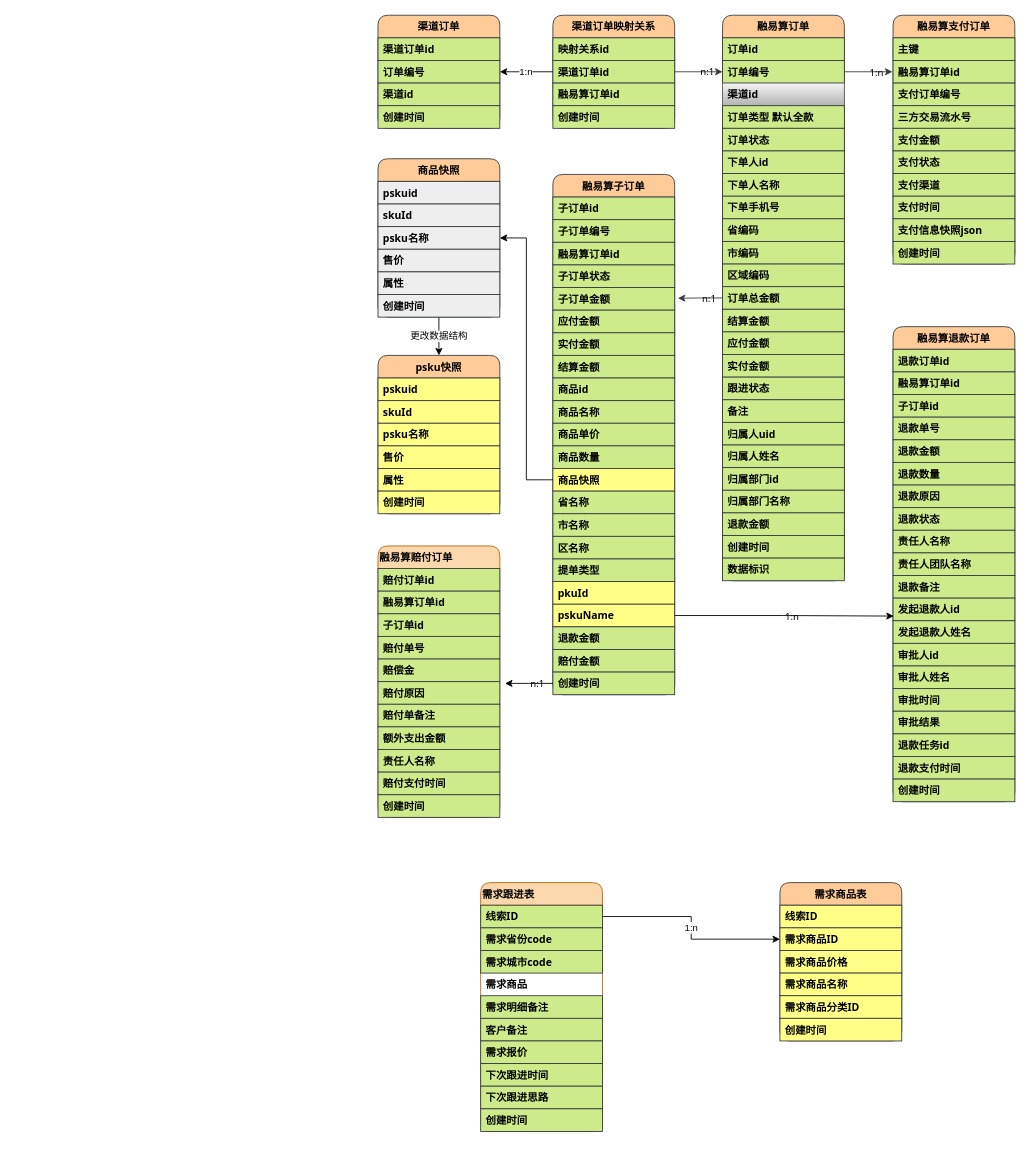
Above: 鹊桥接入商品3.0数据模型.drawio in zhaoershuang/flow-chart (draw.io), before the change. Source tidied: cells renumbered, new cells numbered last; positions are measured from the earlier drawing's top-left corner, leaving out a move shared by most shapes. Both pictures are drawn from the tidied source at 87%, with x=0, y=0 at pixel (378, 15).
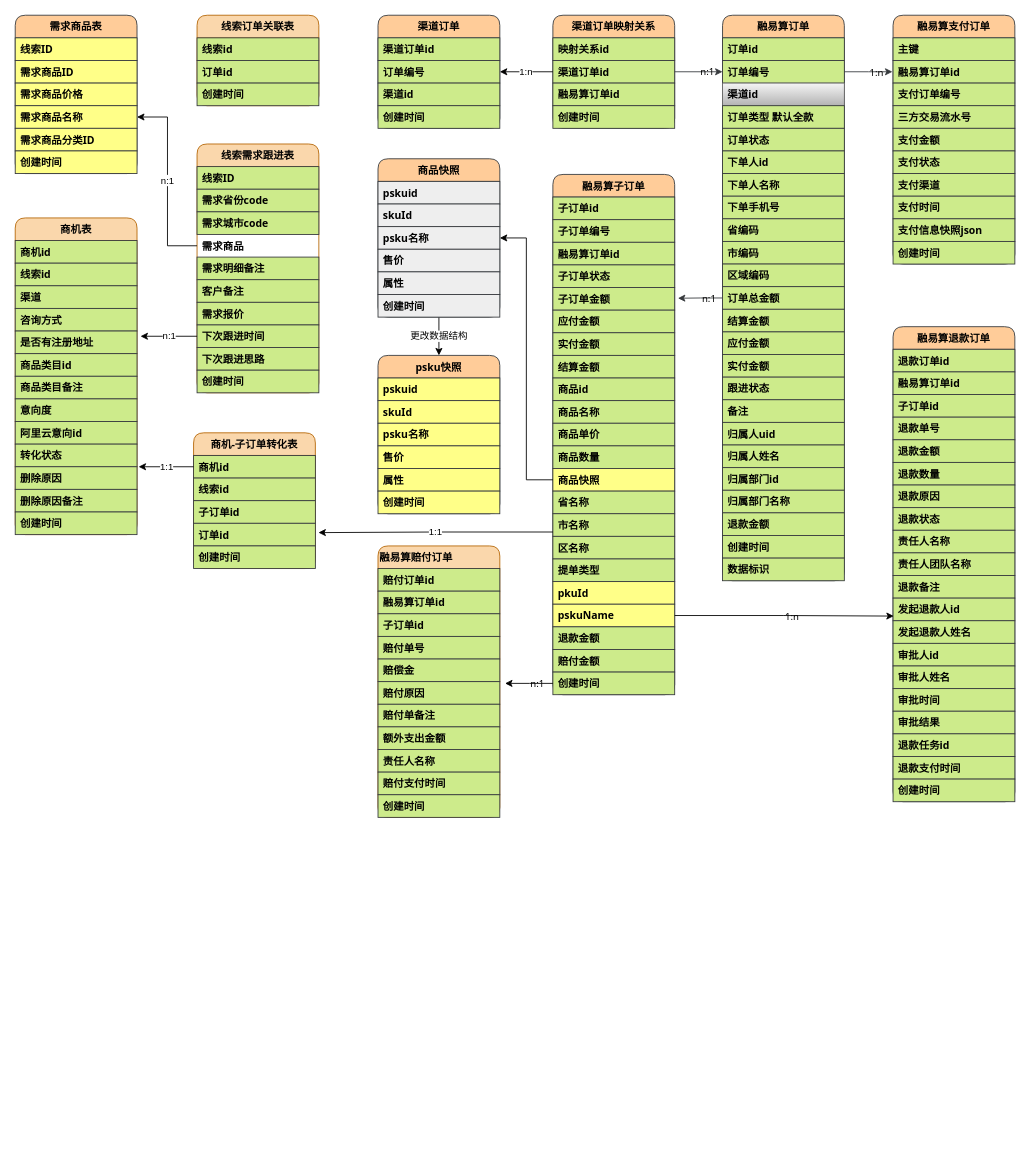
The same page after the edit.

Commit message (it also covers changes not shown here):
更新鹊桥接入商品3.0数据模型.drawio

The change refers to these unchanged cells:
```xml
<mxCell id="127" value="线索ID" style="text;align=left;verticalAlign=top;spacingLeft=4;spacingRight=4;overflow=hidden;points=[[0,0.5],[1,0.5]];portConstraint=eastwest;fontStyle=1;fontFamily=Tahoma;fillColor=#cdeb8b;strokeColor=#36393d;labelBackgroundColor=none;labelBorderColor=none;shadow=0;" parent="126" vertex="1">
  <mxGeometry y="26" width="140" height="26" as="geometry" />
</mxCell>
<mxCell id="130" value="需求商品" style="text;align=left;verticalAlign=top;spacingLeft=4;spacingRight=4;overflow=hidden;points=[[0,0.5],[1,0.5]];portConstraint=eastwest;fontStyle=1;fontFamily=Tahoma;labelBackgroundColor=none;labelBorderColor=none;shadow=0;" parent="126" vertex="1">
  <mxGeometry y="104" width="140" height="26" as="geometry" />
</mxCell>
<mxCell id="134" value="下次跟进时间" style="text;align=left;verticalAlign=top;spacingLeft=4;spacingRight=4;overflow=hidden;points=[[0,0.5],[1,0.5]];portConstraint=eastwest;fontStyle=1;fontFamily=Tahoma;fillColor=#cdeb8b;strokeColor=#36393d;labelBackgroundColor=none;labelBorderColor=none;shadow=0;" parent="126" vertex="1">
  <mxGeometry y="208" width="140" height="26" as="geometry" />
</mxCell>
<mxCell id="139" value="需求商品ID" style="text;align=left;verticalAlign=top;spacingLeft=4;spacingRight=4;overflow=hidden;points=[[0,0.5],[1,0.5]];portConstraint=eastwest;fontStyle=1;fontFamily=Tahoma;fillColor=#ffff88;strokeColor=#36393d;" parent="137" vertex="1">
  <mxGeometry y="52" width="140" height="26" as="geometry" />
</mxCell>
<mxCell id="141" value="需求商品名称" style="text;align=left;verticalAlign=top;spacingLeft=4;spacingRight=4;overflow=hidden;points=[[0,0.5],[1,0.5]];portConstraint=eastwest;fontStyle=1;fontFamily=Tahoma;fillColor=#ffff88;strokeColor=#36393d;" parent="137" vertex="1">
  <mxGeometry y="104" width="140" height="26" as="geometry" />
</mxCell>
```

Diff of the diagram source:
```diff
@@
-    <mxCell id="126" value="需求跟进表" style="swimlane;fontStyle=1;horizontal=1;startSize=26;rounded=1;fontFamily=Tahoma;fillColor=#fad7ac;strokeColor=#b46504;align=left;labelBackgroundColor=none;labelBorderColor=none;shadow=0;" parent="1" vertex="1">
-      <mxGeometry x="118" y="997" width="140" height="286" as="geometry" />
+    <mxCell id="126" value="线索需求跟进表" style="swimlane;fontStyle=1;horizontal=1;startSize=26;rounded=1;fontFamily=Tahoma;fillColor=#fad7ac;strokeColor=#b46504;align=center;labelBackgroundColor=none;labelBorderColor=none;shadow=0;" parent="1" vertex="1">
+      <mxGeometry x="-208" y="148" width="140" height="286" as="geometry" />
     </mxCell>
@@
     <mxCell id="137" value="需求商品表" style="swimlane;fontStyle=1;horizontal=1;startSize=26;rounded=1;sketch=0;swimlaneFillColor=none;fontFamily=Tahoma;fillColor=#ffcc99;strokeColor=#36393d;" parent="1" vertex="1">
-      <mxGeometry x="462" y="997" width="140" height="182" as="geometry" />
+      <mxGeometry x="-417" width="140" height="182" as="geometry" />
     </mxCell>
@@
-    <mxCell id="144" value="1:n" style="edgeStyle=orthogonalEdgeStyle;rounded=0;jettySize=auto;html=1;exitX=1;exitY=0.5;exitDx=0;exitDy=0;entryX=0;entryY=0.5;entryDx=0;entryDy=0;" parent="1" edge="1" source="127" target="139">
-      <mxGeometry relative="1" as="geometry" />
-    </mxCell>
+    <mxCell id="145" value="n:1" style="edgeStyle=orthogonalEdgeStyle;rounded=0;jettySize=auto;html=1;entryX=1;entryY=0.5;entryDx=0;entryDy=0;" parent="1" edge="1" source="130" target="141">
+      <mxGeometry relative="1" as="geometry">
+        <Array as="points">
+          <mxPoint x="-242" y="265" />
+          <mxPoint x="-242" y="117" />
+        </Array>
+      </mxGeometry>
+    </mxCell>
+    <mxCell id="146" value="商机表" style="swimlane;fontStyle=1;horizontal=1;startSize=26;rounded=1;fontFamily=Tahoma;fillColor=#fad7ac;strokeColor=#b46504;align=center;labelBackgroundColor=none;labelBorderColor=none;shadow=0;" parent="1" vertex="1">
+      <mxGeometry x="-417" y="233" width="140" height="364" as="geometry" />
+    </mxCell>
+    <mxCell id="147" value="商机id" style="text;align=left;verticalAlign=top;spacingLeft=4;spacingRight=4;overflow=hidden;fontStyle=1;fontFamily=Tahoma;fillColor=#cdeb8b;strokeColor=#36393d;labelBackgroundColor=none;labelBorderColor=none;shadow=0;" parent="146" vertex="1">
+      <mxGeometry y="26" width="140" height="26" as="geometry" />
+    </mxCell>
+    <mxCell id="148" value="线索id" style="text;align=left;verticalAlign=top;spacingLeft=4;spacingRight=4;overflow=hidden;fontStyle=1;fontFamily=Tahoma;fillColor=#cdeb8b;strokeColor=#36393d;labelBackgroundColor=none;labelBorderColor=none;shadow=0;" parent="146" vertex="1">
+      <mxGeometry y="52" width="140" height="26" as="geometry" />
+    </mxCell>
+    <mxCell id="149" value="渠道" style="text;align=left;verticalAlign=top;spacingLeft=4;spacingRight=4;overflow=hidden;fontStyle=1;fontFamily=Tahoma;fillColor=#cdeb8b;strokeColor=#36393d;labelBackgroundColor=none;labelBorderColor=none;shadow=0;" parent="146" vertex="1">
+      <mxGeometry y="78" width="140" height="26" as="geometry" />
+    </mxCell>
+    <mxCell id="150" value="咨询方式" style="text;align=left;verticalAlign=top;spacingLeft=4;spacingRight=4;overflow=hidden;fontStyle=1;fontFamily=Tahoma;labelBackgroundColor=none;labelBorderColor=none;shadow=0;fillColor=#cdeb8b;strokeColor=#36393d;" parent="146" vertex="1">
+      <mxGeometry y="104" width="140" height="26" as="geometry" />
+    </mxCell>
+    <mxCell id="151" value="是否有注册地址" style="text;align=left;verticalAlign=top;spacingLeft=4;spacingRight=4;overflow=hidden;fontStyle=1;fontFamily=Tahoma;fillColor=#cdeb8b;strokeColor=#36393d;labelBackgroundColor=none;labelBorderColor=none;shadow=0;" parent="146" vertex="1">
+      <mxGeometry y="130" width="140" height="26" as="geometry" />
+    </mxCell>
+    <mxCell id="152" value="商品类目id" style="text;align=left;verticalAlign=top;spacingLeft=4;spacingRight=4;overflow=hidden;fontStyle=1;fontFamily=Tahoma;fillColor=#cdeb8b;strokeColor=#36393d;labelBackgroundColor=none;labelBorderColor=none;shadow=0;" parent="146" vertex="1">
+      <mxGeometry y="156" width="140" height="26" as="geometry" />
+    </mxCell>
+    <mxCell id="153" value="商品类目备注" style="text;align=left;verticalAlign=top;spacingLeft=4;spacingRight=4;overflow=hidden;fontStyle=1;fontFamily=Tahoma;fillColor=#cdeb8b;strokeColor=#36393d;labelBackgroundColor=none;labelBorderColor=none;shadow=0;" parent="146" vertex="1">
+      <mxGeometry y="182" width="140" height="26" as="geometry" />
+    </mxCell>
+    <mxCell id="154" value="意向度" style="text;align=left;verticalAlign=top;spacingLeft=4;spacingRight=4;overflow=hidden;fontStyle=1;fontFamily=Tahoma;fillColor=#cdeb8b;strokeColor=#36393d;labelBackgroundColor=none;labelBorderColor=none;shadow=0;" parent="146" vertex="1">
+      <mxGeometry y="208" width="140" height="26" as="geometry" />
+    </mxCell>
+    <mxCell id="155" value="阿里云意向id" style="text;align=left;verticalAlign=top;spacingLeft=4;spacingRight=4;overflow=hidden;fontStyle=1;fontFamily=Tahoma;fillColor=#cdeb8b;strokeColor=#36393d;labelBackgroundColor=none;labelBorderColor=none;shadow=0;" parent="146" vertex="1">
+      <mxGeometry y="234" width="140" height="26" as="geometry" />
+    </mxCell>
+    <mxCell id="156" value="转化状态" style="text;align=left;verticalAlign=top;spacingLeft=4;spacingRight=4;overflow=hidden;fontStyle=1;fontFamily=Tahoma;fillColor=#cdeb8b;strokeColor=#36393d;labelBackgroundColor=none;labelBorderColor=none;shadow=0;" parent="146" vertex="1">
+      <mxGeometry y="260" width="140" height="26" as="geometry" />
+    </mxCell>
+    <mxCell id="157" value="删除原因" style="text;align=left;verticalAlign=top;spacingLeft=4;spacingRight=4;overflow=hidden;fontStyle=1;fontFamily=Tahoma;fillColor=#cdeb8b;strokeColor=#36393d;labelBackgroundColor=none;labelBorderColor=none;shadow=0;" parent="146" vertex="1">
+      <mxGeometry y="286" width="140" height="26" as="geometry" />
+    </mxCell>
+    <mxCell id="158" value="删除原因备注" style="text;align=left;verticalAlign=top;spacingLeft=4;spacingRight=4;overflow=hidden;fontStyle=1;fontFamily=Tahoma;fillColor=#cdeb8b;strokeColor=#36393d;labelBackgroundColor=none;labelBorderColor=none;shadow=0;" parent="146" vertex="1">
+      <mxGeometry y="312" width="140" height="26" as="geometry" />
+    </mxCell>
+    <mxCell id="159" value="创建时间" style="text;align=left;verticalAlign=top;spacingLeft=4;spacingRight=4;overflow=hidden;fontStyle=1;fontFamily=Tahoma;fillColor=#cdeb8b;strokeColor=#36393d;labelBackgroundColor=none;labelBorderColor=none;shadow=0;" parent="146" vertex="1">
+      <mxGeometry y="338" width="140" height="26" as="geometry" />
+    </mxCell>
+    <mxCell id="160" value="商机-子订单转化表" style="swimlane;fontStyle=1;horizontal=1;startSize=26;rounded=1;fontFamily=Tahoma;fillColor=#fad7ac;strokeColor=#b46504;align=center;labelBackgroundColor=none;labelBorderColor=none;shadow=0;" parent="1" vertex="1">
+      <mxGeometry x="-212" y="480" width="140" height="156" as="geometry" />
+    </mxCell>
+    <mxCell id="161" value="商机id" style="text;align=left;verticalAlign=top;spacingLeft=4;spacingRight=4;overflow=hidden;points=[[0,0.5],[1,0.5]];portConstraint=eastwest;fontStyle=1;fontFamily=Tahoma;fillColor=#cdeb8b;strokeColor=#36393d;labelBackgroundColor=none;labelBorderColor=none;shadow=0;" parent="160" vertex="1">
+      <mxGeometry y="26" width="140" height="26" as="geometry" />
+    </mxCell>
+    <mxCell id="162" value="线索id" style="text;align=left;verticalAlign=top;spacingLeft=4;spacingRight=4;overflow=hidden;fontStyle=1;fontFamily=Tahoma;fillColor=#cdeb8b;strokeColor=#36393d;labelBackgroundColor=none;labelBorderColor=none;shadow=0;" parent="160" vertex="1">
+      <mxGeometry y="52" width="140" height="26" as="geometry" />
+    </mxCell>
+    <mxCell id="163" value="子订单id" style="text;align=left;verticalAlign=top;spacingLeft=4;spacingRight=4;overflow=hidden;fontStyle=1;fontFamily=Tahoma;fillColor=#cdeb8b;strokeColor=#36393d;labelBackgroundColor=none;labelBorderColor=none;shadow=0;" parent="160" vertex="1">
+      <mxGeometry y="78" width="140" height="26" as="geometry" />
+    </mxCell>
+    <mxCell id="164" value="订单id" style="text;align=left;verticalAlign=top;spacingLeft=4;spacingRight=4;overflow=hidden;fontStyle=1;fontFamily=Tahoma;fillColor=#cdeb8b;strokeColor=#36393d;labelBackgroundColor=none;labelBorderColor=none;shadow=0;" parent="160" vertex="1">
+      <mxGeometry y="104" width="140" height="26" as="geometry" />
+    </mxCell>
+    <mxCell id="165" value="创建时间" style="text;align=left;verticalAlign=top;spacingLeft=4;spacingRight=4;overflow=hidden;fontStyle=1;fontFamily=Tahoma;fillColor=#cdeb8b;strokeColor=#36393d;labelBackgroundColor=none;labelBorderColor=none;shadow=0;" parent="160" vertex="1">
+      <mxGeometry y="130" width="140" height="26" as="geometry" />
+    </mxCell>
+    <mxCell id="166" value="线索订单关联表" style="swimlane;fontStyle=1;horizontal=1;startSize=26;rounded=1;fontFamily=Tahoma;fillColor=#fad7ac;strokeColor=#b46504;align=center;labelBackgroundColor=none;labelBorderColor=none;shadow=0;" parent="1" vertex="1">
+      <mxGeometry x="-208" width="140" height="104" as="geometry" />
+    </mxCell>
+    <mxCell id="167" value="线索id" style="text;align=left;verticalAlign=top;spacingLeft=4;spacingRight=4;overflow=hidden;fontStyle=1;fontFamily=Tahoma;fillColor=#cdeb8b;strokeColor=#36393d;labelBackgroundColor=none;labelBorderColor=none;shadow=0;" parent="166" vertex="1">
+      <mxGeometry y="26" width="140" height="26" as="geometry" />
+    </mxCell>
+    <mxCell id="168" value="订单id" style="text;align=left;verticalAlign=top;spacingLeft=4;spacingRight=4;overflow=hidden;fontStyle=1;fontFamily=Tahoma;fillColor=#cdeb8b;strokeColor=#36393d;labelBackgroundColor=none;labelBorderColor=none;shadow=0;" parent="166" vertex="1">
+      <mxGeometry y="52" width="140" height="26" as="geometry" />
+    </mxCell>
+    <mxCell id="169" value="创建时间" style="text;align=left;verticalAlign=top;spacingLeft=4;spacingRight=4;overflow=hidden;fontStyle=1;fontFamily=Tahoma;fillColor=#cdeb8b;strokeColor=#36393d;labelBackgroundColor=none;labelBorderColor=none;shadow=0;" parent="166" vertex="1">
+      <mxGeometry y="78" width="140" height="26" as="geometry" />
+    </mxCell>
+    <mxCell id="170" value="1:1" style="edgeStyle=orthogonalEdgeStyle;rounded=0;orthogonalLoop=1;jettySize=auto;html=1;entryX=1.025;entryY=0.103;entryDx=0;entryDy=0;entryPerimeter=0;" parent="1" edge="1">
+      <mxGeometry relative="1" as="geometry">
+        <mxPoint x="201" y="594" as="sourcePoint" />
+        <mxPoint x="-68.5" y="594.7" as="targetPoint" />
+        <Array as="points">
+          <mxPoint x="66" y="594" />
+          <mxPoint x="66" y="595" />
+        </Array>
+      </mxGeometry>
+    </mxCell>
+    <mxCell id="171" value="1:1" style="edgeStyle=orthogonalEdgeStyle;rounded=0;jettySize=auto;html=1;" parent="1" edge="1" source="161">
+      <mxGeometry relative="1" as="geometry">
+        <mxPoint x="-275.2" y="519" as="targetPoint" />
+      </mxGeometry>
+    </mxCell>
+    <mxCell id="172" value="n:1" style="edgeStyle=orthogonalEdgeStyle;rounded=0;jettySize=auto;html=1;" parent="1" edge="1" source="134">
+      <mxGeometry relative="1" as="geometry">
+        <mxPoint x="-273" y="369" as="targetPoint" />
+      </mxGeometry>
+    </mxCell>
```
